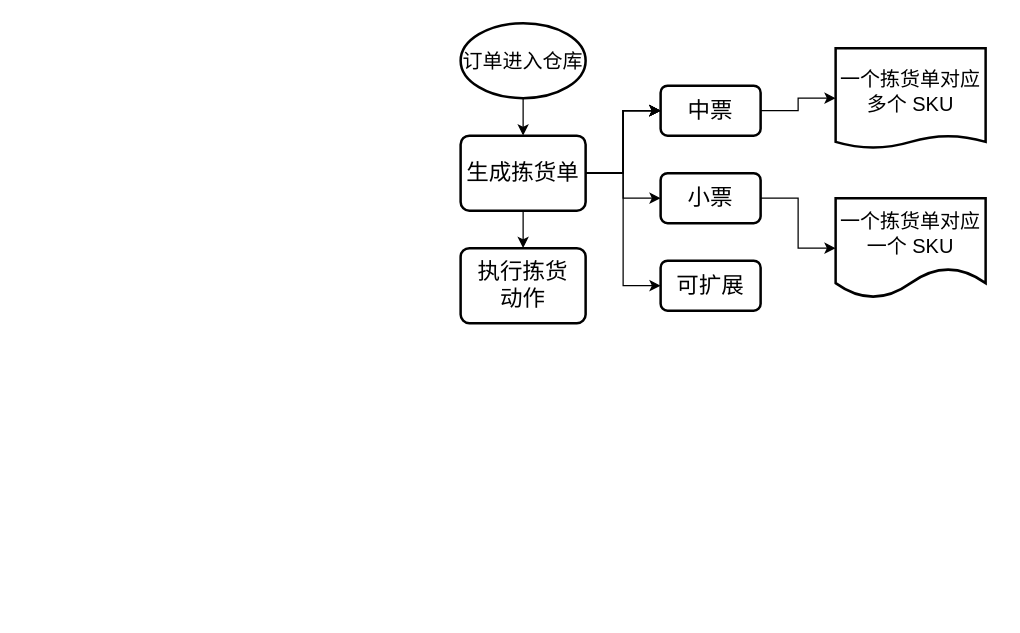
GitHeP/diagrams keeps this draw.io diagram as longpean/OMS拣货单-面单-交接单.drawio. Above is the earlier version. Source tidied: cells renumbered, new cells numbered last; positions are measured from the earlier drawing's top-left corner, leaving out a move shared by most shapes. Both pictures are drawn from the tidied source at 125%, with x=0, y=0 at pixel (460, 22).
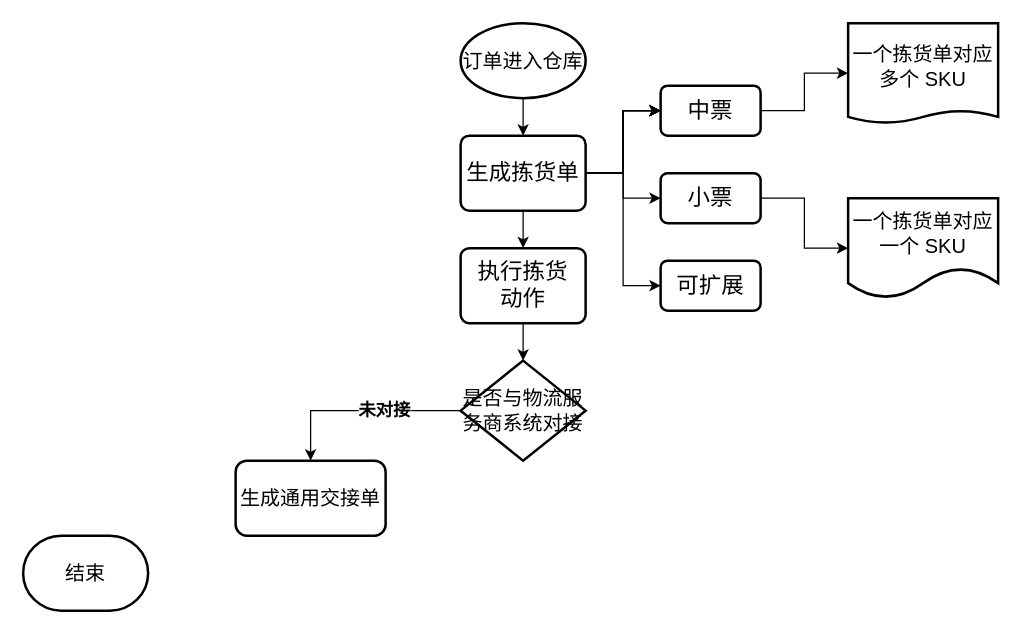
The same diagram, later.

Commit message (it also covers changes not shown here):
更新OMS拣货单-面单-交接单.drawio

The change refers to these unchanged cells:
```xml
<mxCell id="20" value="&lt;font style=&quot;font-size: 18px;&quot;&gt;执行拣货&lt;br&gt;动作&lt;/font&gt;" style="rounded=1;whiteSpace=wrap;html=1;absoluteArcSize=1;arcSize=14;strokeWidth=2;" parent="1" vertex="1">
  <mxGeometry y="180" width="100" height="60" as="geometry" />
</mxCell>
```

Change to the diagram source:
```diff
@@
     <mxCell id="18" value="&lt;font style=&quot;font-size: 16px;&quot;&gt;一个拣货单对应多个 SKU&lt;/font&gt;" style="shape=document;whiteSpace=wrap;html=1;boundedLbl=1;rounded=1;arcSize=14;strokeWidth=2;size=0.125;" parent="1" vertex="1">
-      <mxGeometry x="300" y="20" width="120" height="80" as="geometry" />
+      <mxGeometry x="310" width="120" height="80" as="geometry" />
     </mxCell>
     <mxCell id="19" value="&lt;font style=&quot;font-size: 16px;&quot;&gt;一个拣货单对应一个 SKU&lt;/font&gt;" style="shape=document;whiteSpace=wrap;html=1;boundedLbl=1;rounded=1;arcSize=14;strokeWidth=2;" parent="1" vertex="1">
-      <mxGeometry x="300" y="140" width="120" height="80" as="geometry" />
+      <mxGeometry x="310" y="140" width="120" height="80" as="geometry" />
     </mxCell>
+    <mxCell id="21" style="edgeStyle=orthogonalEdgeStyle;rounded=0;jettySize=auto;html=1;" parent="1" edge="1" source="20" target="23">
+      <mxGeometry relative="1" as="geometry" />
+    </mxCell>
@@
+    <mxCell id="22" value="&lt;font style=&quot;font-size: 14px;&quot;&gt;&lt;b&gt;未对接&lt;/b&gt;&lt;/font&gt;" style="edgeStyle=orthogonalEdgeStyle;rounded=0;jettySize=auto;html=1;entryX=0.5;entryY=0;entryDx=0;entryDy=0;" parent="1" edge="1" source="23" target="24">
+      <mxGeometry x="-0.24" relative="1" as="geometry" />
+    </mxCell>
+    <mxCell id="23" value="&lt;font style=&quot;font-size: 16px;&quot;&gt;是否与物流服务商系统对接&lt;/font&gt;" style="strokeWidth=2;html=1;shape=mxgraph.flowchart.decision;whiteSpace=wrap;" parent="1" vertex="1">
+      <mxGeometry y="270" width="100" height="80" as="geometry" />
+    </mxCell>
+    <mxCell id="24" value="&lt;font style=&quot;font-size: 16px;&quot;&gt;生成通用交接单&lt;/font&gt;" style="rounded=1;whiteSpace=wrap;html=1;strokeWidth=2;" parent="1" vertex="1">
+      <mxGeometry x="-180" y="350" width="120" height="60" as="geometry" />
+    </mxCell>
+    <mxCell id="25" value="&lt;span style=&quot;font-size: 16px;&quot;&gt;结束&lt;/span&gt;" style="strokeWidth=2;html=1;shape=mxgraph.flowchart.terminator;whiteSpace=wrap;" parent="1" vertex="1">
+      <mxGeometry x="-350" y="410" width="100" height="60" as="geometry" />
+    </mxCell>
```
